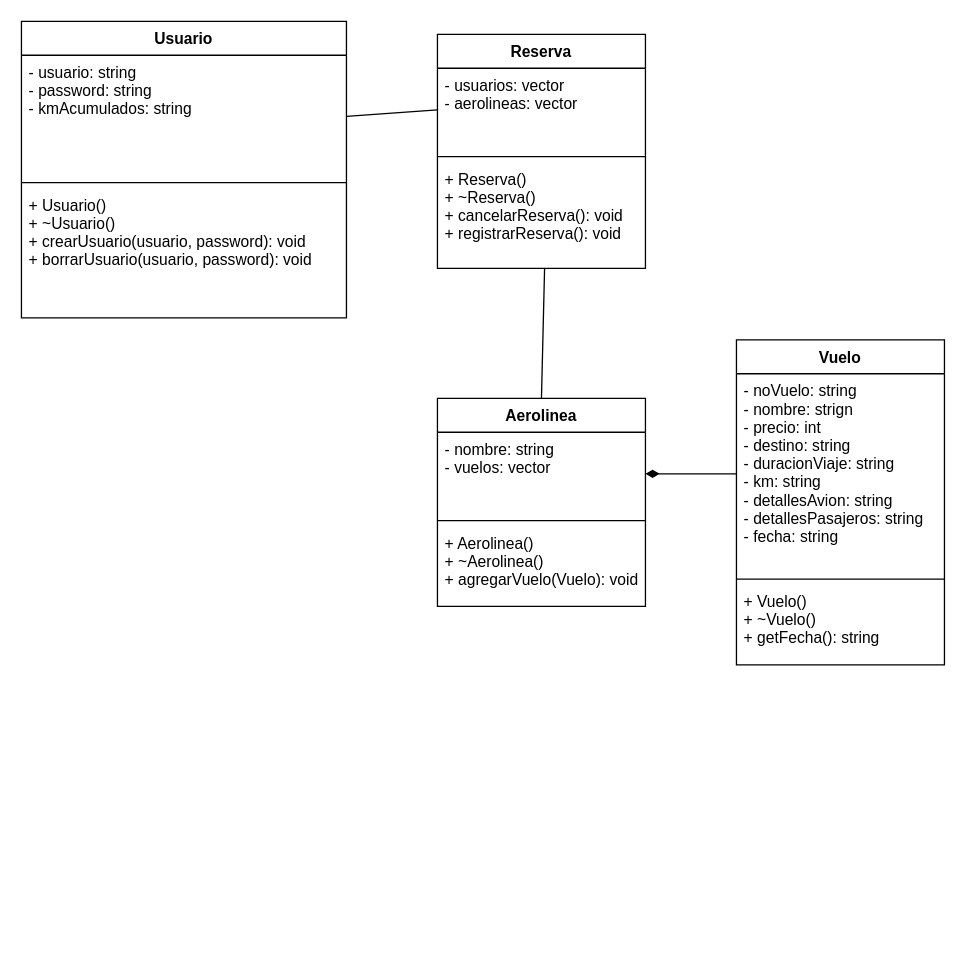
This is Proyecto/diagrama.drawio from AlexaBF/OOP, a draw.io file, before an edit. Source tidied: cells renumbered, new cells numbered last; positions are measured from the earlier drawing's top-left corner, leaving out a move shared by most shapes. Both pictures are drawn from the tidied source at 130%, with x=0, y=0 at pixel (21, 21).
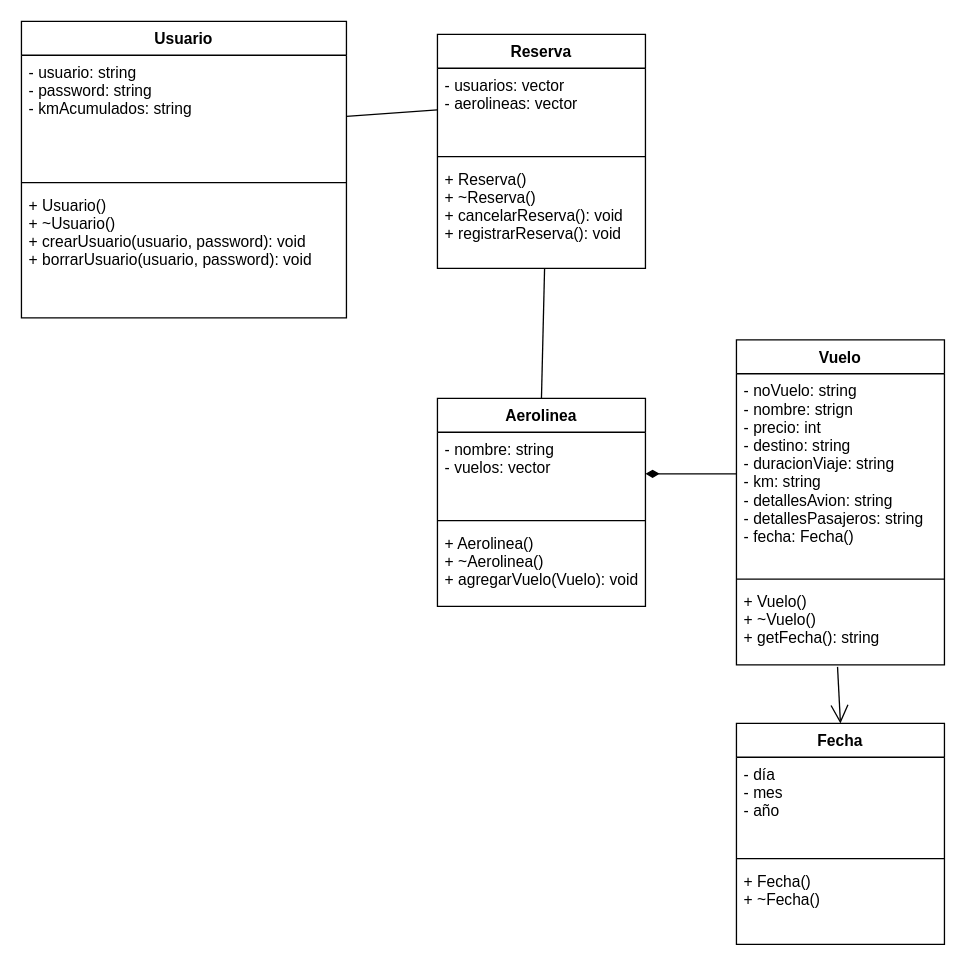
The same diagram, later.

The change refers to these unchanged cells:
```xml
<mxCell id="10" value="Vuelo" style="swimlane;fontStyle=1;align=center;verticalAlign=top;horizontal=1;startSize=26;" parent="1" vertex="1">
  <mxGeometry x="550" y="245" width="160" height="250" as="geometry" />
</mxCell>
<mxCell id="13" value="+ Vuelo()&#10;+ ~Vuelo()&#10;+ getFecha(): string" style="text;strokeColor=none;fillColor=none;align=left;verticalAlign=top;spacingLeft=4;spacingRight=4;overflow=hidden;points=[[0,0.5],[1,0.5]];portConstraint=eastwest;" parent="10" vertex="1">
  <mxGeometry y="188" width="160" height="62" as="geometry" />
</mxCell>
```

Change to the diagram source:
```diff
@@
-    <mxCell id="11" value="- noVuelo: string&#10;- nombre: strign&#10;- precio: int&#10;- destino: string&#10;- duracionViaje: string&#10;- km: string&#10;- detallesAvion: string&#10;- detallesPasajeros: string&#10;- fecha: string" style="text;strokeColor=none;fillColor=none;align=left;verticalAlign=top;spacingLeft=4;spacingRight=4;overflow=hidden;points=[[0,0.5],[1,0.5]];portConstraint=eastwest;" parent="10" vertex="1">
+    <mxCell id="11" value="- noVuelo: string&#10;- nombre: strign&#10;- precio: int&#10;- destino: string&#10;- duracionViaje: string&#10;- km: string&#10;- detallesAvion: string&#10;- detallesPasajeros: string&#10;- fecha: Fecha()" style="text;strokeColor=none;fillColor=none;align=left;verticalAlign=top;spacingLeft=4;spacingRight=4;overflow=hidden;points=[[0,0.5],[1,0.5]];portConstraint=eastwest;" parent="10" vertex="1">
       <mxGeometry y="26" width="160" height="154" as="geometry" />
     </mxCell>
@@
+    <mxCell id="21" value="Fecha" style="swimlane;fontStyle=1;align=center;verticalAlign=top;horizontal=1;startSize=26;" parent="1" vertex="1">
+      <mxGeometry x="550" y="540" width="160" height="170" as="geometry" />
+    </mxCell>
+    <mxCell id="22" value="- día&#10;- mes&#10;- año" style="text;strokeColor=none;fillColor=none;align=left;verticalAlign=top;spacingLeft=4;spacingRight=4;overflow=hidden;" parent="21" vertex="1">
+      <mxGeometry y="26" width="160" height="74" as="geometry" />
+    </mxCell>
+    <mxCell id="23" style="line;strokeWidth=1;fillColor=none;align=left;verticalAlign=middle;spacingTop=-1;spacingLeft=3;spacingRight=3;labelPosition=right;strokeColor=inherit;" parent="21" vertex="1">
+      <mxGeometry y="100" width="160" height="8" as="geometry" />
+    </mxCell>
+    <mxCell id="24" value="+ Fecha()&#10;+ ~Fecha()&#10;" style="text;strokeColor=none;fillColor=none;align=left;verticalAlign=top;spacingLeft=4;spacingRight=4;overflow=hidden;" parent="21" vertex="1">
+      <mxGeometry y="108" width="160" height="62" as="geometry" />
+    </mxCell>
+    <mxCell id="25" style="endArrow=open;endFill=1;endSize=12;html=1;exitX=0.486;exitY=1.024;exitDx=0;exitDy=0;exitPerimeter=0;entryX=0.5;entryY=0;entryDx=0;entryDy=0;" parent="1" edge="1" source="13" target="21">
+      <mxGeometry relative="1" as="geometry" />
+    </mxCell>
```
